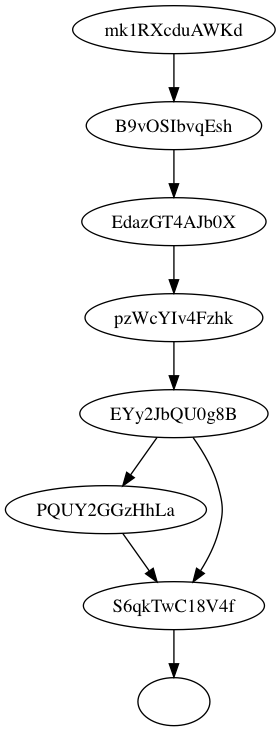
Above: newgraph.png in TomBers/reqrecipe (Graphviz), before the change. Its source is kept beside it as newgraph.dot. The source it was exported from:
```dot
strict digraph {
 "mk1RXcduAWKd"
 "B9vOSIbvqEsh"
 "EdazGT4AJb0X"
 "pzWcYIv4Fzhk"
 "EYy2JbQU0g8B"
 "PQUY2GGzHhLa"
 "S6qkTwC18V4f"
 "mk1RXcduAWKd" -> "B9vOSIbvqEsh"
 "B9vOSIbvqEsh" -> "EdazGT4AJb0X"
 "EdazGT4AJb0X" -> "pzWcYIv4Fzhk"
 "pzWcYIv4Fzhk" -> "EYy2JbQU0g8B"
 "EYy2JbQU0g8B" -> "PQUY2GGzHhLa"
 "PQUY2GGzHhLa" -> "S6qkTwC18V4f"
 "S6qkTwC18V4f" -> ""
 "EYy2JbQU0g8B" -> "S6qkTwC18V4f"
 }
```
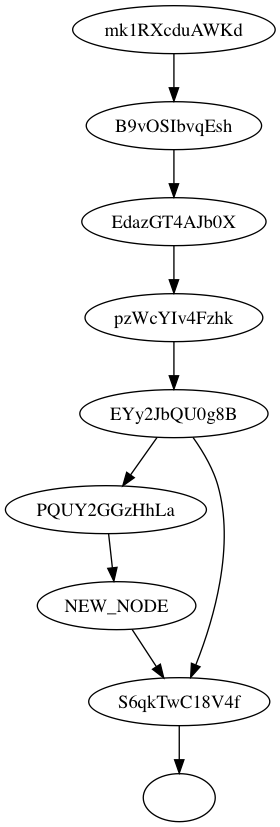
The same file after the commit.

The edit, as a diff of the source:
```diff
@@ -5,13 +5,15 @@
  "pzWcYIv4Fzhk"
  "EYy2JbQU0g8B"
  "PQUY2GGzHhLa"
+ "NEW_NODE"
  "S6qkTwC18V4f"
  "mk1RXcduAWKd" -> "B9vOSIbvqEsh"
  "B9vOSIbvqEsh" -> "EdazGT4AJb0X"
  "EdazGT4AJb0X" -> "pzWcYIv4Fzhk"
  "pzWcYIv4Fzhk" -> "EYy2JbQU0g8B"
  "EYy2JbQU0g8B" -> "PQUY2GGzHhLa"
- "PQUY2GGzHhLa" -> "S6qkTwC18V4f"
+ "PQUY2GGzHhLa" -> "NEW_NODE"
+ "NEW_NODE" -> "S6qkTwC18V4f"
  "S6qkTwC18V4f" -> ""
  "EYy2JbQU0g8B" -> "S6qkTwC18V4f"
  }
```
